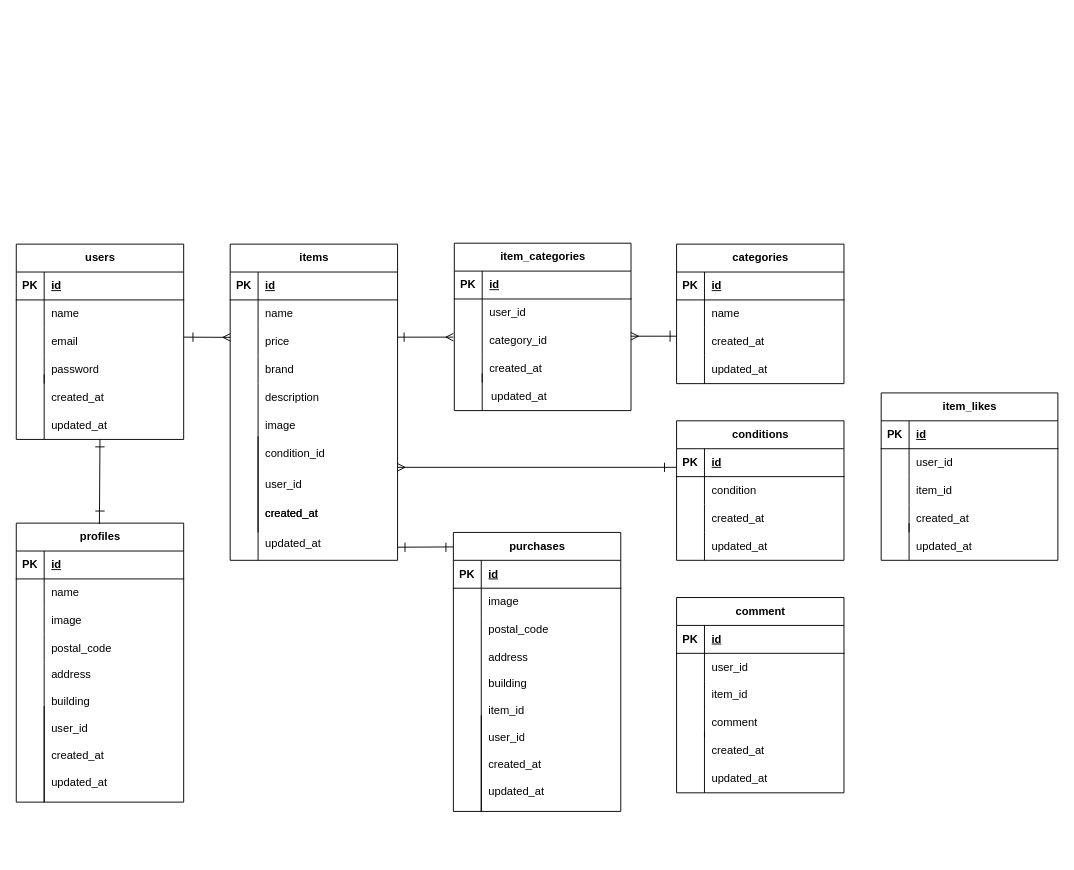
This is er_diagram.drawio from risa912/test-Fleamarket, a draw.io file, before an edit. Source tidied: cells renumbered, new cells numbered last; positions are measured from the earlier drawing's top-left corner, leaving out a move shared by most shapes. Both pictures are drawn from the tidied source at 93%, with x=0, y=0 at pixel (16, 243).
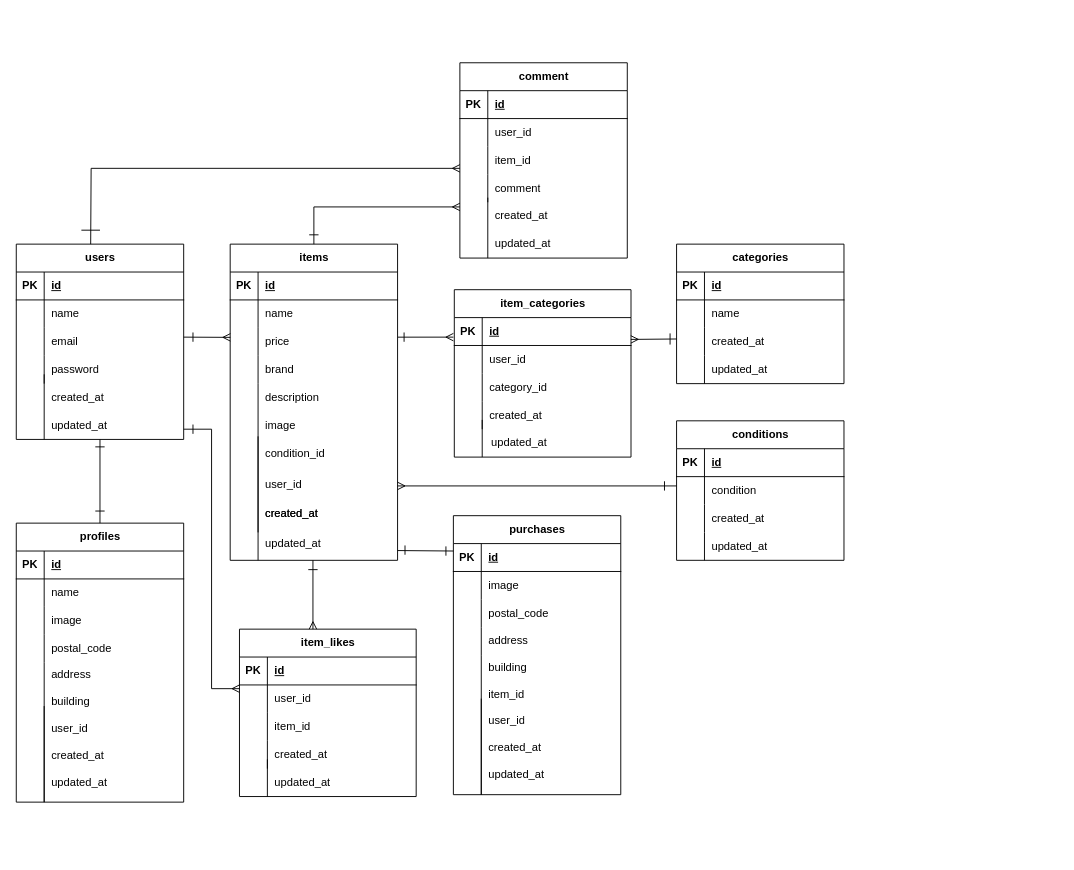
The same diagram, later.

Commit message (it also covers changes not shown here):
Fix ER diagram layout and add PNG

The change refers to these unchanged cells:
```xml
<mxCell id="21" value="&lt;div&gt;items&lt;/div&gt;" style="shape=table;startSize=30;childLayout=tableLayout;rowLines=0;fontStyle=1;align=center;html=1;" parent="20" vertex="1">
  <mxGeometry y="-10" width="180" height="340" as="geometry" />
</mxCell>
<mxCell id="43" value="&lt;span style=&quot;color: rgb(0, 0, 0);&quot;&gt;updated_at&lt;/span&gt;" style="shape=partialRectangle;fillColor=none;top=0;left=0;bottom=0;right=0;align=left;spacingLeft=6;overflow=hidden;whiteSpace=wrap;html=1;" parent="20" vertex="1">
  <mxGeometry x="30" y="297" width="150" height="30" as="geometry" />
</mxCell>
<mxCell id="80" style="shape=tableRow;horizontal=0;startSize=0;swimlaneHead=0;swimlaneBody=0;fillColor=none;points=[[0,0.5],[1,0.5]];portConstraint=eastwest;top=0;left=0;right=0;bottom=0;" parent="76" vertex="1">
  <mxGeometry y="60" width="190" height="30" as="geometry" />
</mxCell>
<mxCell id="83" style="shape=tableRow;horizontal=0;startSize=0;swimlaneHead=0;swimlaneBody=0;fillColor=none;points=[[0,0.5],[1,0.5]];portConstraint=eastwest;top=0;left=0;right=0;bottom=0;" parent="76" vertex="1">
  <mxGeometry y="90" width="190" height="30" as="geometry" />
</mxCell>
<mxCell id="99" style="shape=tableRow;horizontal=0;startSize=0;swimlaneHead=0;swimlaneBody=0;fillColor=none;points=[[0,0.5],[1,0.5]];portConstraint=eastwest;top=0;left=0;right=0;bottom=0;" parent="92" vertex="1">
  <mxGeometry y="90" width="180" height="30" as="geometry" />
</mxCell>
<mxCell id="113" style="shape=tableRow;horizontal=0;startSize=0;swimlaneHead=0;swimlaneBody=0;fillColor=none;points=[[0,0.5],[1,0.5]];portConstraint=eastwest;top=0;left=0;right=0;bottom=0;" parent="106" vertex="1">
  <mxGeometry y="90" width="180" height="30" as="geometry" />
</mxCell>
```

The edit, as a diff of the source:
```diff
@@
-<mxGraphModel>
+<mxGraphModel background="#ffffff">
@@
     <mxCell id="60" value="item_likes" style="shape=table;startSize=30;childLayout=tableLayout;rowLines=0;fontStyle=1;align=center;html=1;" parent="1" vertex="1">
-      <mxGeometry x="930" y="161" width="190" height="180" as="geometry" />
+      <mxGeometry x="240" y="415" width="190" height="180" as="geometry" />
     </mxCell>
@@
     <mxCell id="73" value="&lt;span style=&quot;color: rgb(0, 0, 0);&quot;&gt;updated_at&lt;/span&gt;" style="shape=partialRectangle;fillColor=none;top=0;left=0;bottom=0;right=0;align=left;spacingLeft=6;overflow=hidden;whiteSpace=wrap;html=1;" parent="1" vertex="1">
-      <mxGeometry x="960" y="311" width="150" height="30" as="geometry" />
+      <mxGeometry x="270" y="565" width="150" height="30" as="geometry" />
     </mxCell>
     <mxCell id="74" style="endArrow=none;html=1;rounded=0;" parent="1" edge="1">
       <mxGeometry relative="1" as="geometry">
-        <mxPoint x="960" y="301" as="sourcePoint" />
-        <mxPoint x="960" y="341" as="targetPoint" />
+        <mxPoint x="270" y="555" as="sourcePoint" />
+        <mxPoint x="270" y="595" as="targetPoint" />
       </mxGeometry>
     </mxCell>
@@
     <mxCell id="76" value="&lt;span style=&quot;color: rgb(0, 0, 0);&quot;&gt;item_categories&lt;/span&gt;" style="shape=table;startSize=30;childLayout=tableLayout;rowLines=0;fontStyle=1;align=center;html=1;" parent="1" vertex="1">
-      <mxGeometry x="471" width="190" height="180" as="geometry" />
+      <mxGeometry x="471" y="50" width="190" height="180" as="geometry" />
     </mxCell>
@@
     <mxCell id="89" value="&lt;span style=&quot;color: rgb(0, 0, 0);&quot;&gt;updated_at&lt;/span&gt;" style="shape=partialRectangle;fillColor=none;top=0;left=0;bottom=0;right=0;align=left;spacingLeft=6;overflow=hidden;whiteSpace=wrap;html=1;" parent="1" vertex="1">
-      <mxGeometry x="503" y="150" width="150" height="30" as="geometry" />
+      <mxGeometry x="503" y="200" width="150" height="30" as="geometry" />
     </mxCell>
     <mxCell id="90" style="endArrow=none;html=1;rounded=0;" parent="1" edge="1">
       <mxGeometry relative="1" as="geometry">
-        <mxPoint x="501" y="140" as="sourcePoint" />
-        <mxPoint x="501" y="180" as="targetPoint" />
+        <mxPoint x="501" y="190" as="sourcePoint" />
+        <mxPoint x="501" y="230" as="targetPoint" />
       </mxGeometry>
     </mxCell>
@@
     <mxCell id="105" style="group;" parent="1" vertex="1">
-      <mxGeometry x="710" y="381" width="180" height="210" as="geometry" />
+      <mxGeometry x="380" y="-244" width="180" height="210" as="geometry" />
     </mxCell>
     <mxCell id="106" value="comment" style="shape=table;startSize=30;childLayout=tableLayout;rowLines=0;fontStyle=1;align=center;html=1;" parent="105" vertex="1">
-      <mxGeometry width="180" height="210" as="geometry" />
+      <mxGeometry x="97" y="50" width="180" height="210" as="geometry" />
     </mxCell>
@@
     <mxCell id="119" value="&lt;span style=&quot;color: rgb(0, 0, 0);&quot;&gt;created_at&lt;/span&gt;" style="shape=partialRectangle;fillColor=none;top=0;left=0;bottom=0;right=0;align=left;spacingLeft=6;overflow=hidden;whiteSpace=wrap;html=1;" parent="105" vertex="1">
-      <mxGeometry x="30" y="150" width="150" height="30" as="geometry" />
+      <mxGeometry x="127" y="200" width="150" height="30" as="geometry" />
     </mxCell>
     <mxCell id="120" value="&lt;span style=&quot;color: rgb(0, 0, 0);&quot;&gt;updated_at&lt;/span&gt;" style="shape=partialRectangle;fillColor=none;top=0;left=0;bottom=0;right=0;align=left;spacingLeft=6;overflow=hidden;whiteSpace=wrap;html=1;" parent="105" vertex="1">
-      <mxGeometry x="30" y="180" width="150" height="30" as="geometry" />
+      <mxGeometry x="127" y="230" width="150" height="30" as="geometry" />
     </mxCell>
     <mxCell id="121" style="endArrow=none;html=1;rounded=0;" parent="105" edge="1">
       <mxGeometry relative="1" as="geometry">
-        <mxPoint x="30" y="145" as="sourcePoint" />
-        <mxPoint x="30" y="210" as="targetPoint" />
+        <mxPoint x="127" y="195" as="sourcePoint" />
+        <mxPoint x="127" y="260" as="targetPoint" />
       </mxGeometry>
     </mxCell>
@@
     <mxCell id="123" style="group;" parent="1" vertex="1">
-      <mxGeometry x="490" y="311" width="180" height="345" as="geometry" />
+      <mxGeometry x="490" y="281" width="180" height="345" as="geometry" />
     </mxCell>
     <mxCell id="124" value="&lt;div&gt;purchases&lt;/div&gt;" style="shape=table;startSize=30;childLayout=tableLayout;rowLines=0;fontStyle=1;align=center;html=1;" parent="123" vertex="1">
-      <mxGeometry x="-20" width="180" height="300" as="geometry" />
+      <mxGeometry x="-20" y="12" width="180" height="300" as="geometry" />
     </mxCell>
@@
     <mxCell id="137" style="endArrow=none;html=1;rounded=0;" parent="123" edge="1">
       <mxGeometry relative="1" as="geometry">
-        <mxPoint x="10" y="196.7" as="sourcePoint" />
-        <mxPoint x="10" y="300" as="targetPoint" />
+        <mxPoint x="10" y="208.7" as="sourcePoint" />
+        <mxPoint x="10" y="312" as="targetPoint" />
       </mxGeometry>
     </mxCell>
@@
     <mxCell id="139" value="&lt;span style=&quot;color: rgb(0, 0, 0);&quot;&gt;building&lt;/span&gt;" style="shape=partialRectangle;fillColor=none;top=0;left=0;bottom=0;right=0;align=left;spacingLeft=6;overflow=hidden;whiteSpace=wrap;html=1;" parent="123" vertex="1">
-      <mxGeometry x="10" y="148" width="150" height="30" as="geometry" />
+      <mxGeometry x="10" y="160" width="150" height="30" as="geometry" />
     </mxCell>
     <mxCell id="140" style="edgeStyle=none;html=1;exitX=0.25;exitY=1;exitDx=0;exitDy=0;" parent="123" edge="1">
       <mxGeometry relative="1" as="geometry">
-        <mxPoint x="47.5" y="210" as="sourcePoint" />
-        <mxPoint x="47.5" y="210" as="targetPoint" />
+        <mxPoint x="47.5" y="222" as="sourcePoint" />
+        <mxPoint x="47.5" y="222" as="targetPoint" />
       </mxGeometry>
     </mxCell>
     <mxCell id="141" value="&lt;span style=&quot;color: rgb(0, 0, 0);&quot;&gt;item_id&lt;/span&gt;" style="shape=partialRectangle;fillColor=none;top=0;left=0;bottom=0;right=0;align=left;spacingLeft=6;overflow=hidden;whiteSpace=wrap;html=1;" parent="123" vertex="1">
-      <mxGeometry x="10" y="177" width="150" height="30" as="geometry" />
+      <mxGeometry x="10" y="189" width="150" height="30" as="geometry" />
     </mxCell>
     <mxCell id="142" value="&lt;span style=&quot;color: rgb(0, 0, 0);&quot;&gt;user_id&lt;/span&gt;" style="shape=partialRectangle;fillColor=none;top=0;left=0;bottom=0;right=0;align=left;spacingLeft=6;overflow=hidden;whiteSpace=wrap;html=1;" parent="123" vertex="1">
-      <mxGeometry x="10" y="206" width="150" height="30" as="geometry" />
+      <mxGeometry x="10" y="218" width="150" height="30" as="geometry" />
     </mxCell>
     <mxCell id="143" value="&lt;span style=&quot;color: rgb(0, 0, 0);&quot;&gt;created_at&lt;/span&gt;" style="shape=partialRectangle;fillColor=none;top=0;left=0;bottom=0;right=0;align=left;spacingLeft=6;overflow=hidden;whiteSpace=wrap;html=1;" parent="123" vertex="1">
-      <mxGeometry x="10" y="235" width="150" height="30" as="geometry" />
+      <mxGeometry x="10" y="247" width="150" height="30" as="geometry" />
     </mxCell>
     <mxCell id="144" value="&lt;span style=&quot;color: rgb(0, 0, 0);&quot;&gt;updated_at&lt;/span&gt;" style="shape=partialRectangle;fillColor=none;top=0;left=0;bottom=0;right=0;align=left;spacingLeft=6;overflow=hidden;whiteSpace=wrap;html=1;" parent="123" vertex="1">
-      <mxGeometry x="10" y="264" width="150" height="30" as="geometry" />
+      <mxGeometry x="10" y="276" width="150" height="30" as="geometry" />
     </mxCell>
     <mxCell id="145" style="endArrow=none;html=1;rounded=0;" parent="123" edge="1">
       <mxGeometry relative="1" as="geometry">
-        <mxPoint x="10" y="150" as="sourcePoint" />
-        <mxPoint x="10" y="300" as="targetPoint" />
+        <mxPoint x="10" y="162" as="sourcePoint" />
+        <mxPoint x="10" y="312" as="targetPoint" />
       </mxGeometry>
     </mxCell>
@@
-    <mxCell id="172" style="endArrow=none;html=1;exitX=0.441;exitY=0.003;exitDx=0;exitDy=0;exitPerimeter=0;rounded=1;curved=0;strokeColor=default;" parent="1" edge="1">
+    <mxCell id="172" style="endArrow=none;html=1;rounded=1;curved=0;strokeColor=default;" parent="1" edge="1">
       <mxGeometry relative="1" as="geometry">
-        <mxPoint x="89.4" y="301.9" as="sourcePoint" />
+        <mxPoint x="90" y="301" as="sourcePoint" />
         <mxPoint x="90" y="211" as="targetPoint" />
       </mxGeometry>
     </mxCell>
@@
-    <mxCell id="179" style="endArrow=none;html=1;entryX=-0.001;entryY=0.3;entryDx=0;entryDy=0;entryPerimeter=0;exitX=1;exitY=0.334;exitDx=0;exitDy=0;exitPerimeter=0;endFill=0;startArrow=ERmany;startFill=0;" parent="1" edge="1" source="83" target="99">
-      <mxGeometry relative="1" as="geometry" />
+    <mxCell id="179" style="endArrow=none;html=1;exitX=0.999;exitY=-0.218;exitDx=0;exitDy=0;exitPerimeter=0;endFill=0;startArrow=ERmany;startFill=0;" parent="1" edge="1" source="80">
+      <mxGeometry relative="1" as="geometry">
+        <mxPoint x="710" y="103" as="targetPoint" />
+      </mxGeometry>
     </mxCell>
     <mxCell id="180" style="endArrow=none;html=1;" parent="1" edge="1">
       <mxGeometry relative="1" as="geometry">
-        <mxPoint x="703" y="106" as="sourcePoint" />
-        <mxPoint x="703" y="94" as="targetPoint" />
+        <mxPoint x="703" y="109" as="sourcePoint" />
+        <mxPoint x="703" y="97" as="targetPoint" />
       </mxGeometry>
     </mxCell>
     <mxCell id="181" style="endArrow=none;html=1;endFill=0;startArrow=ERmany;startFill=0;" parent="1" edge="1">
       <mxGeometry relative="1" as="geometry">
-        <mxPoint x="410" y="241" as="sourcePoint" />
-        <mxPoint x="710" y="241" as="targetPoint" />
+        <mxPoint x="410" y="261" as="sourcePoint" />
+        <mxPoint x="710" y="261" as="targetPoint" />
       </mxGeometry>
     </mxCell>
     <mxCell id="182" style="endArrow=none;html=1;" parent="1" edge="1">
       <mxGeometry relative="1" as="geometry">
-        <mxPoint x="697" y="246" as="sourcePoint" />
-        <mxPoint x="697" y="236" as="targetPoint" />
+        <mxPoint x="697" y="266" as="sourcePoint" />
+        <mxPoint x="697" y="256" as="targetPoint" />
       </mxGeometry>
     </mxCell>
-    <mxCell id="183" style="endArrow=none;html=1;entryX=-0.002;entryY=0.052;entryDx=0;entryDy=0;entryPerimeter=0;" parent="1" edge="1" target="124">
+    <mxCell id="183" style="endArrow=none;html=1;exitX=1;exitY=0.75;exitDx=0;exitDy=0;" parent="1" edge="1" source="43">
       <mxGeometry relative="1" as="geometry">
-        <mxPoint x="410" y="326.9" as="sourcePoint" />
+        <mxPoint x="470" y="331" as="targetPoint" />
       </mxGeometry>
     </mxCell>
     <mxCell id="184" style="endArrow=none;html=1;" parent="1" edge="1">
       <mxGeometry relative="1" as="geometry">
-        <mxPoint x="418" y="332" as="sourcePoint" />
-        <mxPoint x="418" y="322" as="targetPoint" />
+        <mxPoint x="418" y="335" as="sourcePoint" />
+        <mxPoint x="418" y="325" as="targetPoint" />
       </mxGeometry>
     </mxCell>
     <mxCell id="185" style="endArrow=none;html=1;" parent="1" edge="1">
       <mxGeometry relative="1" as="geometry">
-        <mxPoint x="462" y="332" as="sourcePoint" />
-        <mxPoint x="462" y="322" as="targetPoint" />
+        <mxPoint x="462" y="336" as="sourcePoint" />
+        <mxPoint x="462" y="326" as="targetPoint" />
       </mxGeometry>
     </mxCell>
+    <mxCell id="186" style="endArrow=ERmany;html=1;rounded=0;entryX=0;entryY=0.784;entryDx=0;entryDy=0;entryPerimeter=0;edgeStyle=orthogonalEdgeStyle;endFill=0;fontColor=none;labelBackgroundColor=default;noLabel=1;" parent="1" edge="1" target="113">
+      <mxGeometry relative="1" as="geometry">
+        <mxPoint x="80" y="1" as="sourcePoint" />
+      </mxGeometry>
+    </mxCell>
+    <mxCell id="187" style="endArrow=none;html=1;rounded=0;" parent="1" edge="1">
+      <mxGeometry relative="1" as="geometry">
+        <mxPoint x="70" y="-14" as="sourcePoint" />
+        <mxPoint x="90" y="-14" as="targetPoint" />
+      </mxGeometry>
+    </mxCell>
+    <mxCell id="188" style="endArrow=ERmany;html=1;rounded=0;exitX=0.5;exitY=0;exitDx=0;exitDy=0;edgeStyle=orthogonalEdgeStyle;endFill=0;" parent="1" edge="1" source="21">
+      <mxGeometry relative="1" as="geometry">
+        <mxPoint x="477" y="-39" as="targetPoint" />
+        <Array as="points">
+          <mxPoint x="320" y="-39" />
+        </Array>
+      </mxGeometry>
+    </mxCell>
+    <mxCell id="189" style="endArrow=none;html=1;rounded=0;" parent="1" edge="1">
+      <mxGeometry relative="1" as="geometry">
+        <mxPoint x="315" y="-9" as="sourcePoint" />
+        <mxPoint x="325" y="-9" as="targetPoint" />
+      </mxGeometry>
+    </mxCell>
+    <mxCell id="190" style="endArrow=ERmany;html=1;rounded=0;entryX=0;entryY=0.5;entryDx=0;entryDy=0;endFill=0;edgeStyle=orthogonalEdgeStyle;" parent="1" edge="1">
+      <mxGeometry relative="1" as="geometry">
+        <mxPoint x="180" y="200" as="sourcePoint" />
+        <mxPoint x="240" y="479" as="targetPoint" />
+        <Array as="points">
+          <mxPoint x="210" y="200" />
+          <mxPoint x="210" y="479" />
+        </Array>
+      </mxGeometry>
+    </mxCell>
+    <mxCell id="191" style="endArrow=none;html=1;rounded=0;" parent="1" edge="1">
+      <mxGeometry relative="1" as="geometry">
+        <mxPoint x="190" y="195" as="sourcePoint" />
+        <mxPoint x="190" y="205" as="targetPoint" />
+      </mxGeometry>
+    </mxCell>
+    <mxCell id="192" style="endArrow=ERmany;html=1;rounded=0;endFill=0;" parent="1" edge="1">
+      <mxGeometry relative="1" as="geometry">
+        <mxPoint x="319" y="341" as="sourcePoint" />
+        <mxPoint x="319" y="415" as="targetPoint" />
+      </mxGeometry>
+    </mxCell>
+    <mxCell id="193" style="endArrow=none;html=1;rounded=0;" parent="1" edge="1">
+      <mxGeometry relative="1" as="geometry">
+        <mxPoint x="314" y="351" as="sourcePoint" />
+        <mxPoint x="324" y="351" as="targetPoint" />
+      </mxGeometry>
+    </mxCell>
```
